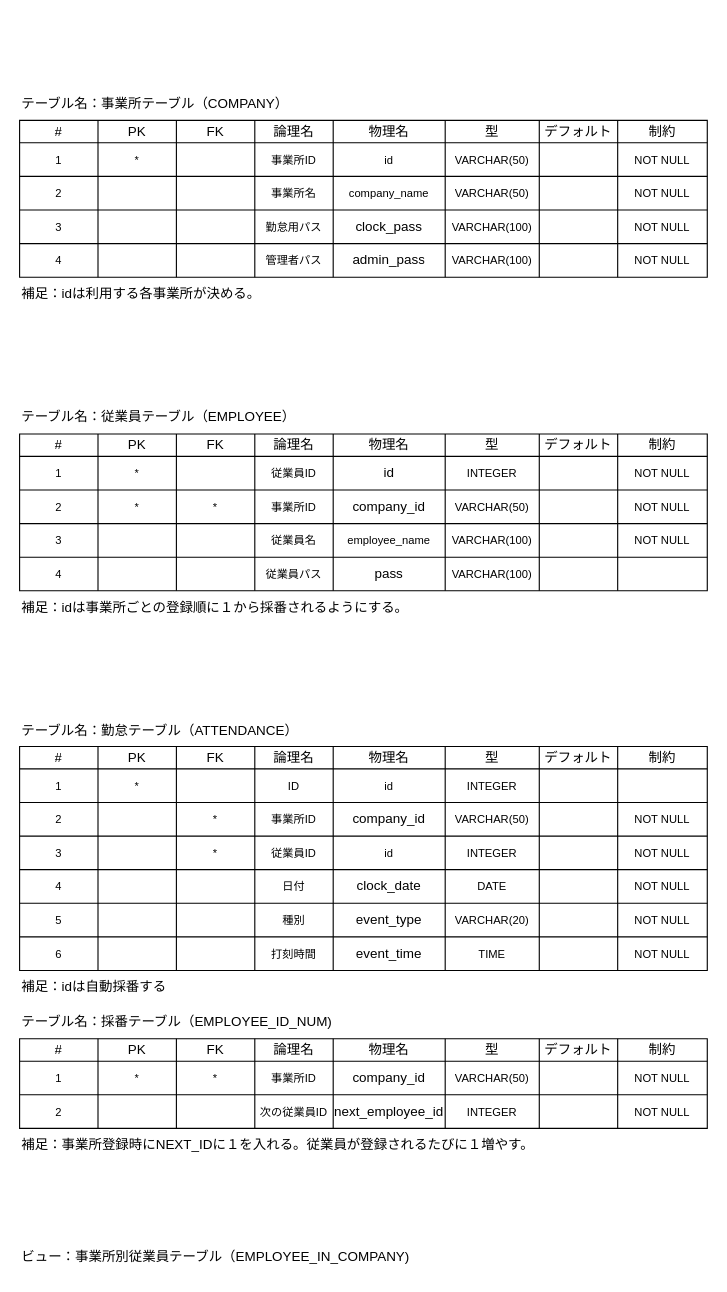
This is page "テーブル設計" (4 of 8) of ドキュメント/制作物案.drawio from Kura-Hiroshi/Attendance_webapp, a draw.io file, before an edit. Source tidied: cells renumbered, new cells numbered last; positions are measured from the earlier drawing's top-left corner, leaving out a move shared by most shapes. Both pictures are drawn from the tidied source at 112%, with x=0, y=0 at pixel (19, 86).
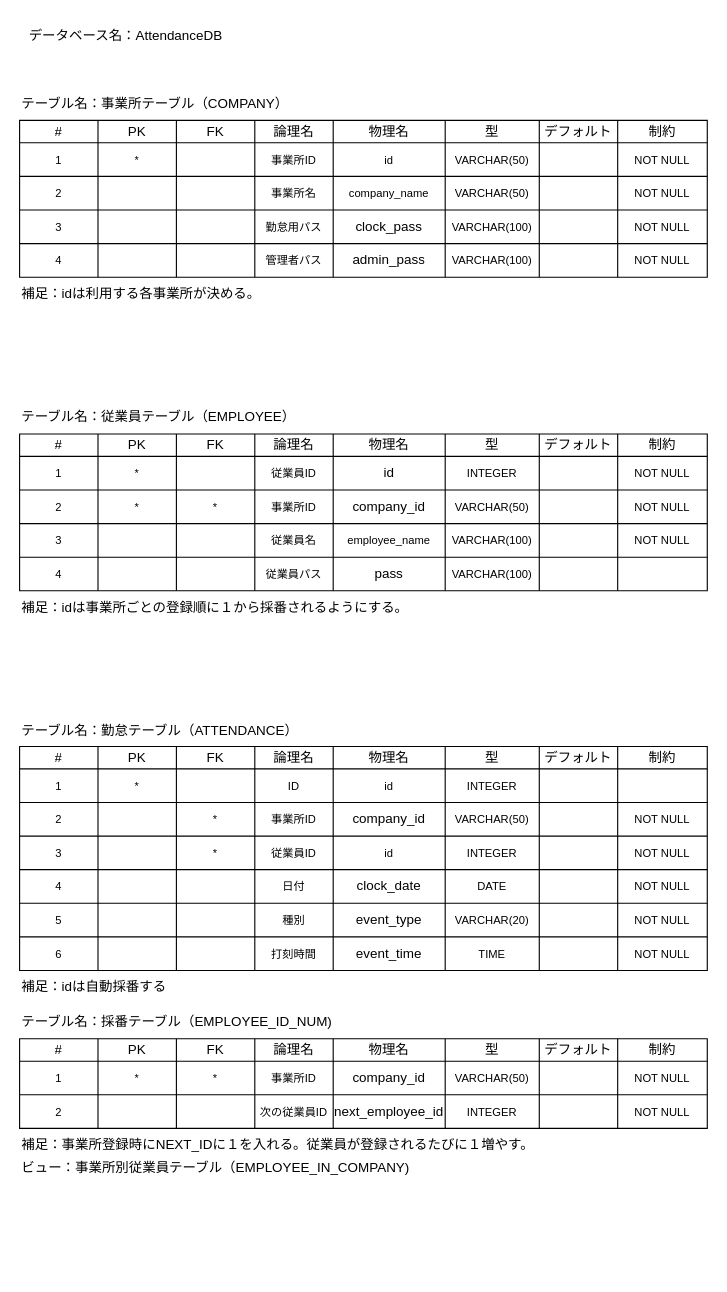
The same page after the edit.

Diff of the diagram source:
```diff
@@
     <mxCell id="161" value="&lt;span style=&quot;text-wrap-mode: nowrap;&quot;&gt;ビュー：事業所別従業員テーブル（EMPLOYEE_IN_COMPANY)&lt;/span&gt;" style="text;html=1;align=left;verticalAlign=middle;whiteSpace=wrap;rounded=0;" parent="1" vertex="1">
-      <mxGeometry y="1030" width="350" height="30" as="geometry" />
+      <mxGeometry y="950" width="350" height="30" as="geometry" />
     </mxCell>
@@
+    <mxCell id="195" value="データベース名：AttendanceDB" style="text;html=1;align=center;verticalAlign=middle;whiteSpace=wrap;rounded=0;" parent="1" vertex="1">
+      <mxGeometry y="-60" width="190" height="30" as="geometry" />
+    </mxCell>
```
